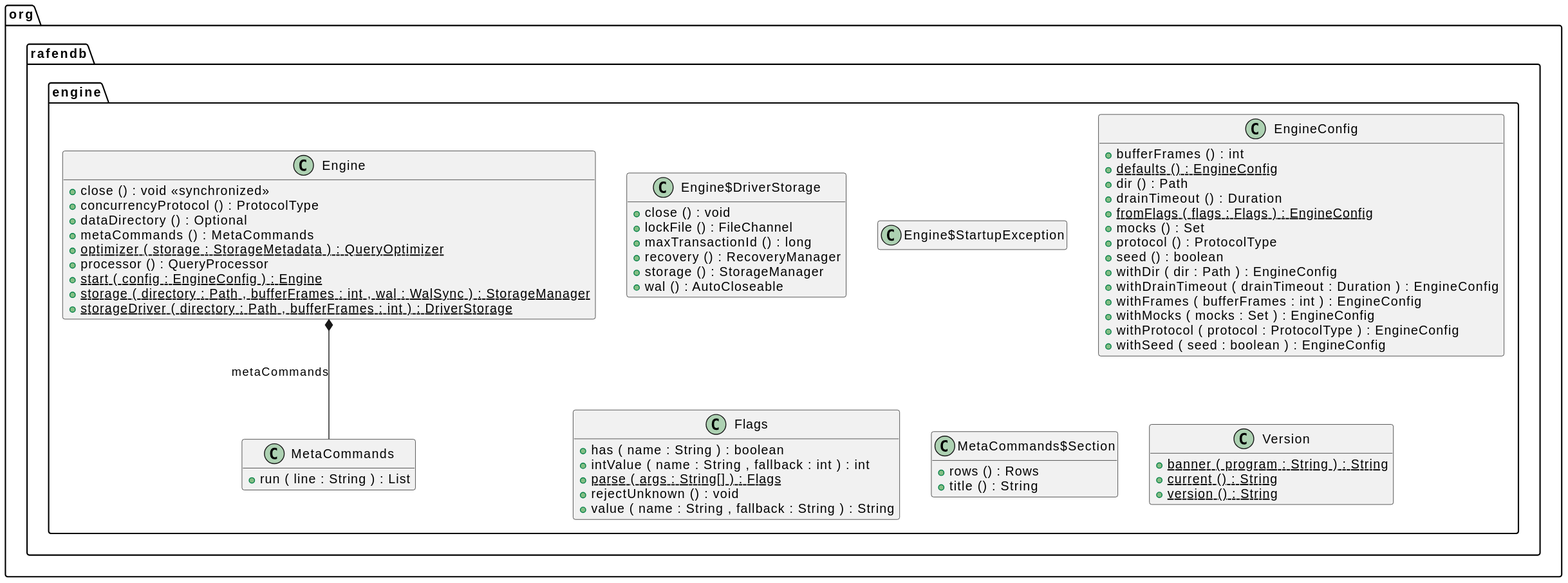
m-akma1/rafendb keeps this PlantUML diagram as docs/generated/app/app-engine.svg. Above is the earlier version. Its source is kept beside it as docs/generated/app/app-engine.puml.
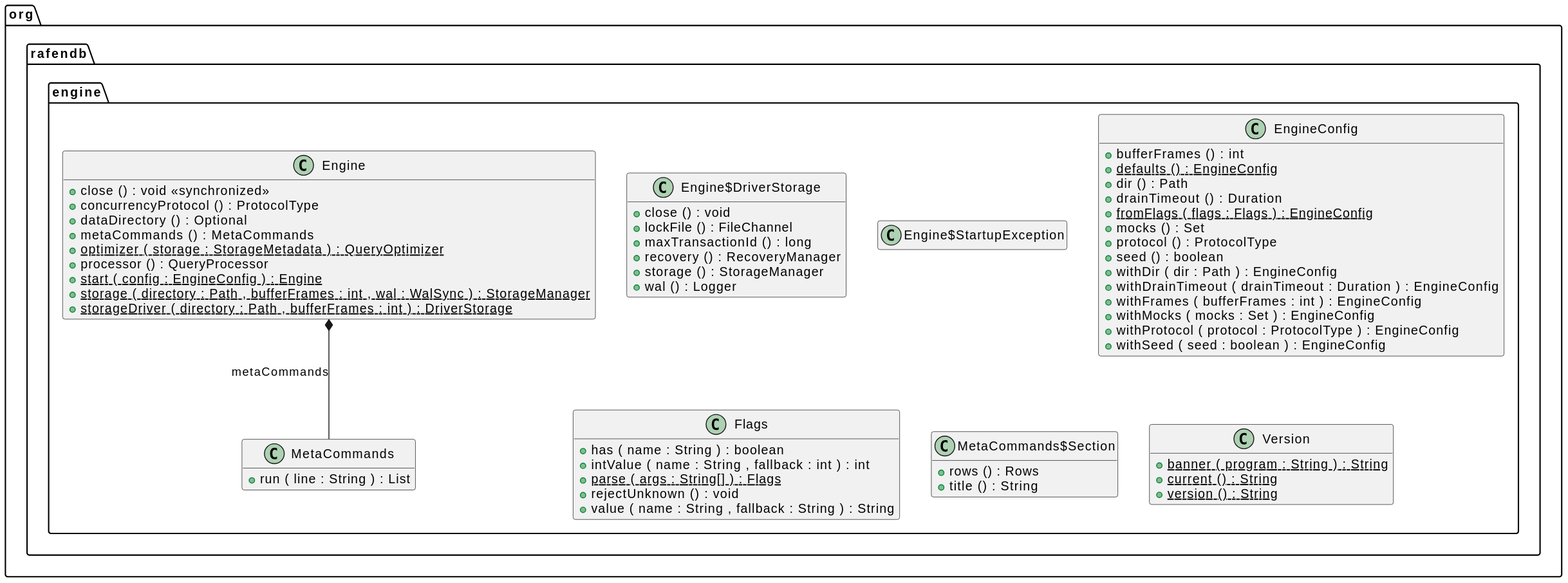
The same diagram one commit later.

Commit message:
docs(engine): update class diagram after minor signature change

What changed in the source:
```diff
@@ -24,7 +24,7 @@
 	{method} +maxTransactionId () : long
 	{method} +recovery () : RecoveryManager
 	{method} +storage () : StorageManager
-	{method} +wal () : AutoCloseable
+	{method} +wal () : Logger
 }
 
 
```
